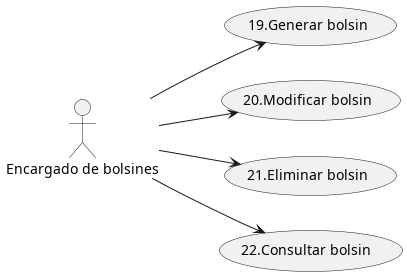
Above: out/vistasArquitectónicas/vistaFuncionalidad/usecaseDiagram.png in FabrizioRava/PPAI-2026-Grupo1 (PlantUML), before the change.
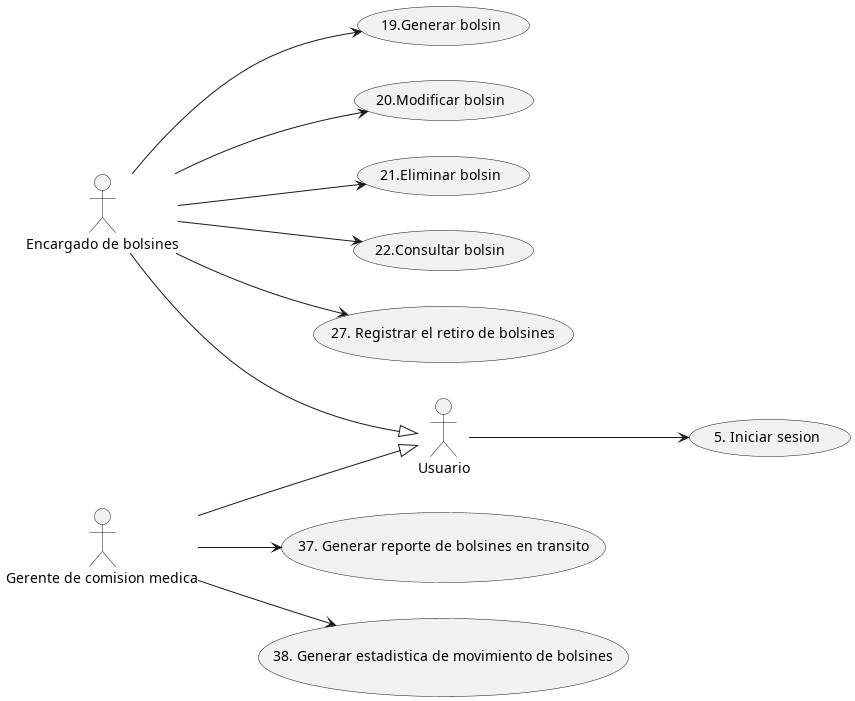
Above is the later version.

What changed in the source:
```diff
@@ -2,13 +2,28 @@
 left to right direction
 
 actor "Encargado de bolsines" as EB
+actor "Gerente de comision medica" as GM
+actor "Usuario" as U
+
 usecase "19.Generar bolsin" as U19
 usecase "20.Modificar bolsin" as U20
 usecase "21.Eliminar bolsin" as U21
-usecase "22.Consultar bolsin " as U22
+usecase "22.Consultar bolsin" as U22
+usecase "5. Iniciar sesion" as U5
+usecase "37. Generar reporte de bolsines en transito" as U37
+usecase "38. Generar estadistica de movimiento de bolsines" as U38
+usecase "27. Registrar el retiro de bolsines" as U27
 
+EB --|>U
+GM --|>U
+
+U --> U5
 EB --> U19
 EB --> U20
 EB --> U21
 EB --> U22
+EB --> U27
+
+GM --> U37
+GM --> U38
 @enduml
```
